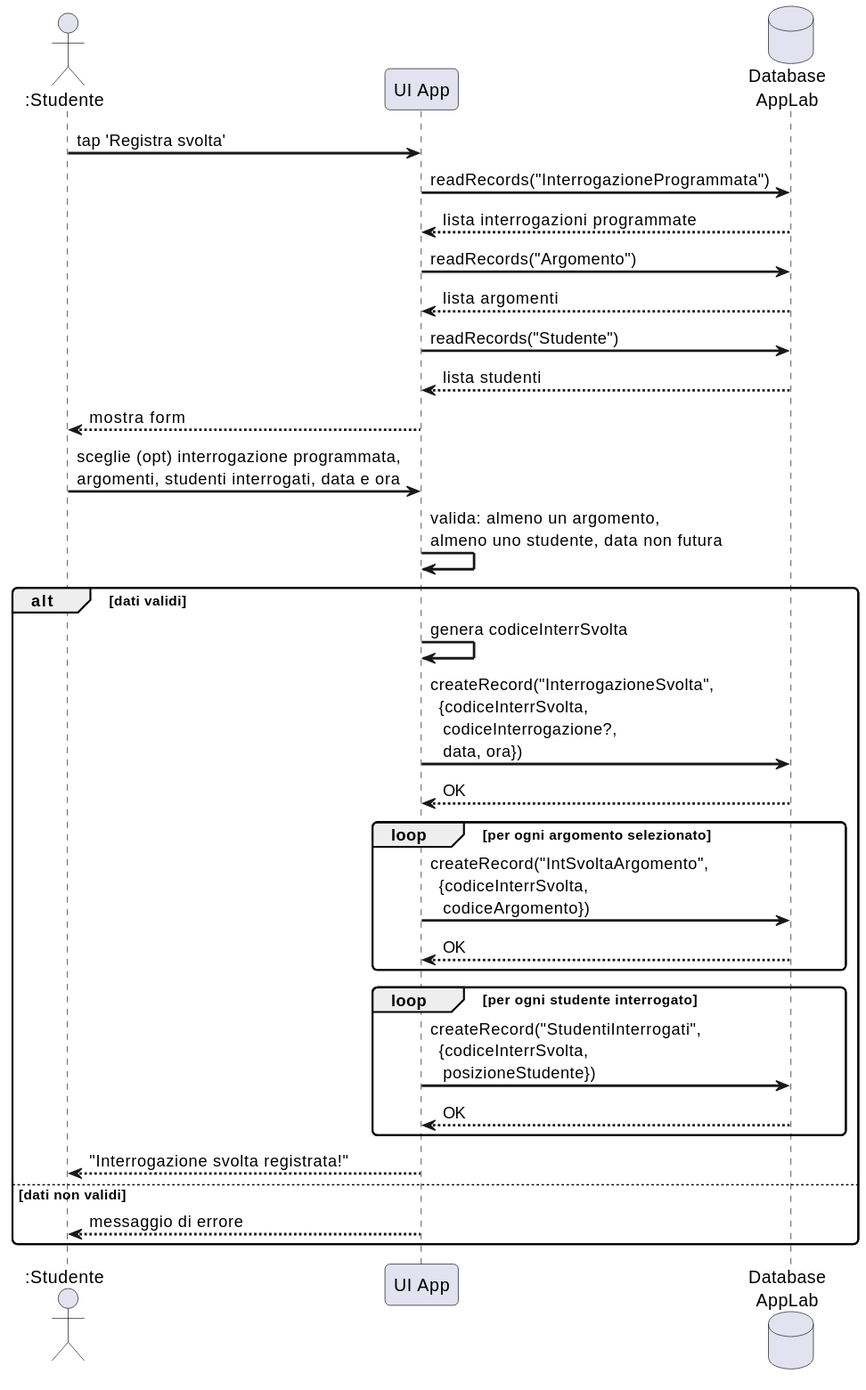
Earlier version of the PlantUML export images/sd-registra-svolta.svg (gionatamassibenincasa/study-together).
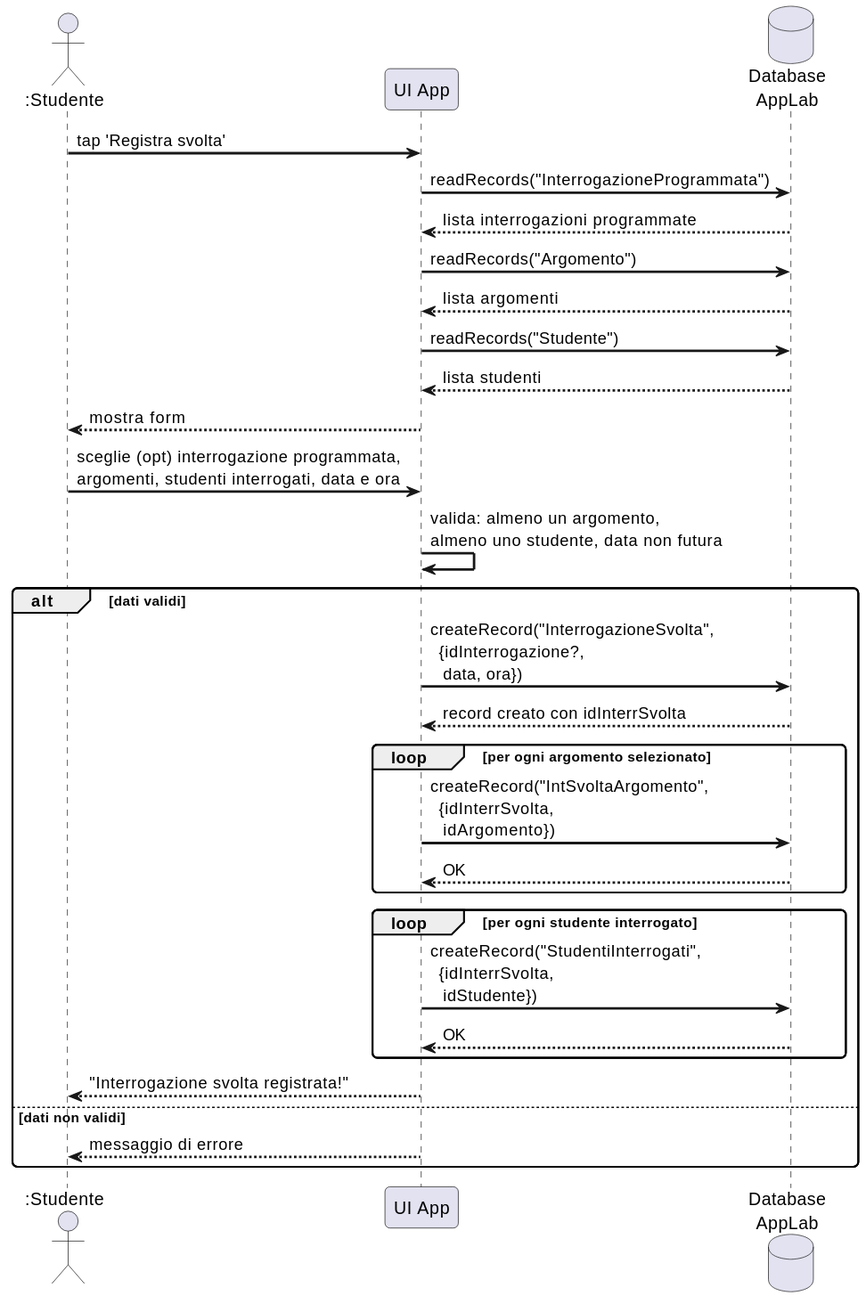
After the commit.

Change to the diagram source:
```diff
@@ -22,15 +22,14 @@
 UI -> UI : valida: almeno un argomento,\nalmeno uno studente, data non futura
 
 alt dati validi
-  UI -> UI : genera codiceInterrSvolta
-  UI -> DB : createRecord("InterrogazioneSvolta",\n  {codiceInterrSvolta,\n   codiceInterrogazione?,\n   data, ora})
-  DB --> UI : OK
+  UI -> DB : createRecord("InterrogazioneSvolta",\n  {idInterrogazione?,\n   data, ora})
+  DB --> UI : record creato con idInterrSvolta
   loop per ogni argomento selezionato
-    UI -> DB : createRecord("IntSvoltaArgomento",\n  {codiceInterrSvolta,\n   codiceArgomento})
+    UI -> DB : createRecord("IntSvoltaArgomento",\n  {idInterrSvolta,\n   idArgomento})
     DB --> UI : OK
   end
   loop per ogni studente interrogato
-    UI -> DB : createRecord("StudentiInterrogati",\n  {codiceInterrSvolta,\n   posizioneStudente})
+    UI -> DB : createRecord("StudentiInterrogati",\n  {idInterrSvolta,\n   idStudente})
     DB --> UI : OK
   end
   UI --> S : "Interrogazione svolta registrata!"
```
